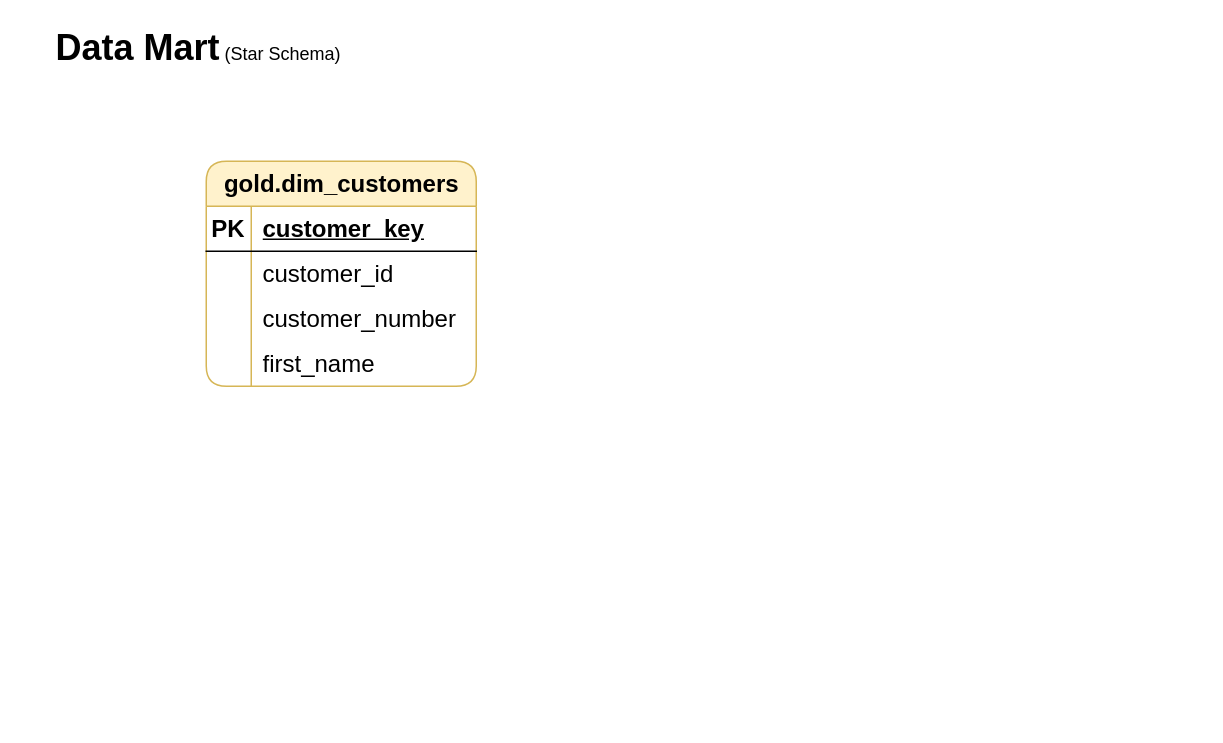
The draw.io diagram docs/data_model.drawio in Bhavya-02022000/DWH_project, before the edit. Source tidied: cells renumbered, new cells numbered last; positions are measured from the earlier drawing's top-left corner, leaving out a move shared by most shapes. Both pictures are drawn from the tidied source at 150%, with x=0, y=0 at pixel (26, 26).
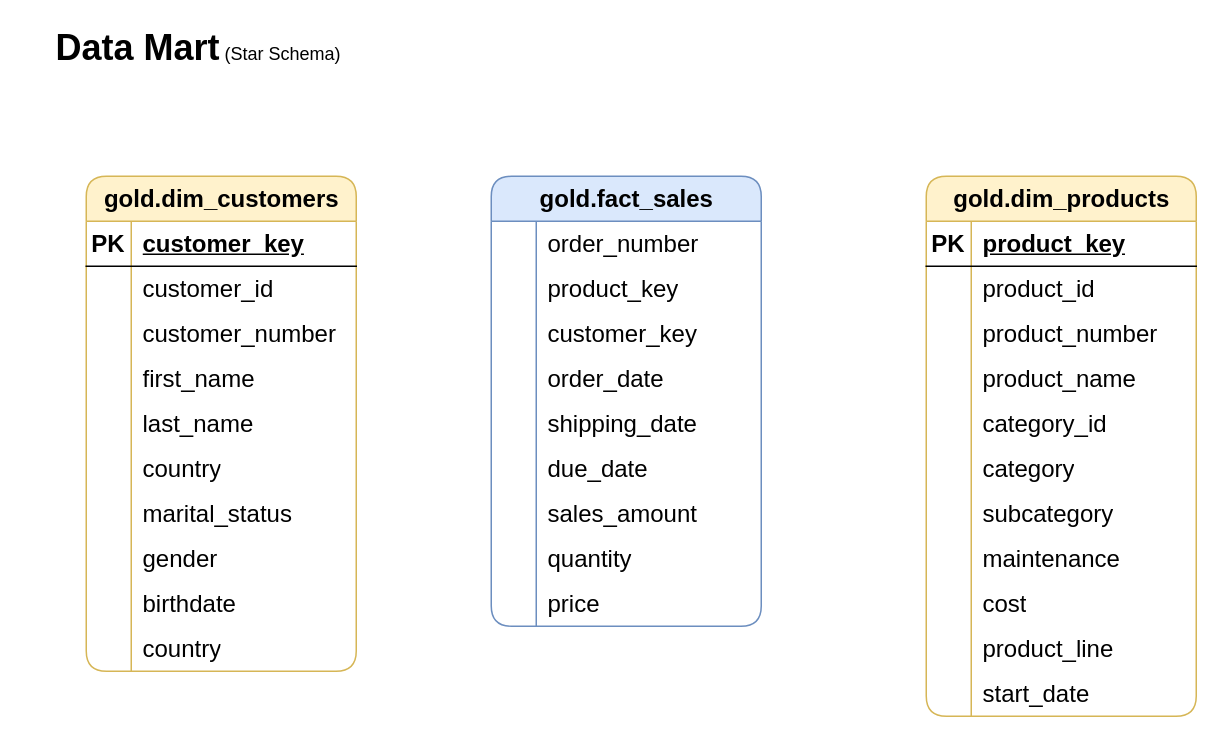
The same diagram, later.

Diff of the diagram source:
```diff
@@
     <mxCell id="3" value="gold.dim_customers" style="shape=table;startSize=30;childLayout=tableLayout;rowLines=0;fontStyle=1;align=center;html=1;rounded=1;fillColor=#fff2cc;strokeColor=#d6b656;fontSize=16;" parent="1" vertex="1">
-      <mxGeometry x="120" y="90" width="180" height="150" as="geometry" />
+      <mxGeometry x="40" y="100" width="180" height="330" as="geometry" />
     </mxCell>
@@
+    <mxCell id="16" style="shape=tableRow;horizontal=0;startSize=0;swimlaneHead=0;swimlaneBody=0;fillColor=none;top=0;left=0;right=0;bottom=0;fontSize=16;" parent="3" vertex="1">
+      <mxGeometry y="150" width="180" height="30" as="geometry" />
+    </mxCell>
+    <mxCell id="17" style="shape=partialRectangle;fillColor=none;top=0;left=0;bottom=0;right=0;overflow=hidden;whiteSpace=wrap;html=1;fontSize=16;" parent="16" vertex="1">
+      <mxGeometry width="30" height="30" as="geometry" />
+    </mxCell>
+    <mxCell id="18" value="last_name&lt;span style=&quot;white-space: pre;&quot;&gt;&#9;&lt;/span&gt;" style="shape=partialRectangle;fillColor=none;top=0;left=0;bottom=0;right=0;align=left;spacingLeft=6;overflow=hidden;whiteSpace=wrap;html=1;fontSize=16;" parent="16" vertex="1">
+      <mxGeometry x="30" width="150" height="30" as="geometry" />
+    </mxCell>
+    <mxCell id="19" style="shape=tableRow;horizontal=0;startSize=0;swimlaneHead=0;swimlaneBody=0;fillColor=none;top=0;left=0;right=0;bottom=0;fontSize=16;" parent="3" vertex="1">
+      <mxGeometry y="180" width="180" height="30" as="geometry" />
+    </mxCell>
+    <mxCell id="20" style="shape=partialRectangle;fillColor=none;top=0;left=0;bottom=0;right=0;overflow=hidden;whiteSpace=wrap;html=1;fontSize=16;" parent="19" vertex="1">
+      <mxGeometry width="30" height="30" as="geometry" />
+    </mxCell>
+    <mxCell id="21" value="country" style="shape=partialRectangle;fillColor=none;top=0;left=0;bottom=0;right=0;align=left;spacingLeft=6;overflow=hidden;whiteSpace=wrap;html=1;fontSize=16;" parent="19" vertex="1">
+      <mxGeometry x="30" width="150" height="30" as="geometry" />
+    </mxCell>
+    <mxCell id="22" style="shape=tableRow;horizontal=0;startSize=0;swimlaneHead=0;swimlaneBody=0;fillColor=none;top=0;left=0;right=0;bottom=0;fontSize=16;" parent="3" vertex="1">
+      <mxGeometry y="210" width="180" height="30" as="geometry" />
+    </mxCell>
+    <mxCell id="23" style="shape=partialRectangle;fillColor=none;top=0;left=0;bottom=0;right=0;overflow=hidden;whiteSpace=wrap;html=1;fontSize=16;" parent="22" vertex="1">
+      <mxGeometry width="30" height="30" as="geometry" />
+    </mxCell>
+    <mxCell id="24" value="marital_status" style="shape=partialRectangle;fillColor=none;top=0;left=0;bottom=0;right=0;align=left;spacingLeft=6;overflow=hidden;whiteSpace=wrap;html=1;fontSize=16;" parent="22" vertex="1">
+      <mxGeometry x="30" width="150" height="30" as="geometry" />
+    </mxCell>
+    <mxCell id="25" style="shape=tableRow;horizontal=0;startSize=0;swimlaneHead=0;swimlaneBody=0;fillColor=none;top=0;left=0;right=0;bottom=0;fontSize=16;" parent="3" vertex="1">
+      <mxGeometry y="240" width="180" height="30" as="geometry" />
+    </mxCell>
+    <mxCell id="26" style="shape=partialRectangle;fillColor=none;top=0;left=0;bottom=0;right=0;overflow=hidden;whiteSpace=wrap;html=1;fontSize=16;" parent="25" vertex="1">
+      <mxGeometry width="30" height="30" as="geometry" />
+    </mxCell>
+    <mxCell id="27" value="gender" style="shape=partialRectangle;fillColor=none;top=0;left=0;bottom=0;right=0;align=left;spacingLeft=6;overflow=hidden;whiteSpace=wrap;html=1;fontSize=16;" parent="25" vertex="1">
+      <mxGeometry x="30" width="150" height="30" as="geometry" />
+    </mxCell>
+    <mxCell id="28" style="shape=tableRow;horizontal=0;startSize=0;swimlaneHead=0;swimlaneBody=0;fillColor=none;top=0;left=0;right=0;bottom=0;fontSize=16;" parent="3" vertex="1">
+      <mxGeometry y="270" width="180" height="30" as="geometry" />
+    </mxCell>
+    <mxCell id="29" style="shape=partialRectangle;fillColor=none;top=0;left=0;bottom=0;right=0;overflow=hidden;whiteSpace=wrap;html=1;fontSize=16;" parent="28" vertex="1">
+      <mxGeometry width="30" height="30" as="geometry" />
+    </mxCell>
+    <mxCell id="30" value="birthdate" style="shape=partialRectangle;fillColor=none;top=0;left=0;bottom=0;right=0;align=left;spacingLeft=6;overflow=hidden;whiteSpace=wrap;html=1;fontSize=16;" parent="28" vertex="1">
+      <mxGeometry x="30" width="150" height="30" as="geometry" />
+    </mxCell>
+    <mxCell id="31" style="shape=tableRow;horizontal=0;startSize=0;swimlaneHead=0;swimlaneBody=0;fillColor=none;top=0;left=0;right=0;bottom=0;fontSize=16;" parent="3" vertex="1">
+      <mxGeometry y="300" width="180" height="30" as="geometry" />
+    </mxCell>
+    <mxCell id="32" style="shape=partialRectangle;fillColor=none;top=0;left=0;bottom=0;right=0;overflow=hidden;whiteSpace=wrap;html=1;fontSize=16;" parent="31" vertex="1">
+      <mxGeometry width="30" height="30" as="geometry" />
+    </mxCell>
+    <mxCell id="33" value="country" style="shape=partialRectangle;fillColor=none;top=0;left=0;bottom=0;right=0;align=left;spacingLeft=6;overflow=hidden;whiteSpace=wrap;html=1;fontSize=16;" parent="31" vertex="1">
+      <mxGeometry x="30" width="150" height="30" as="geometry" />
+    </mxCell>
+    <mxCell id="34" value="gold.dim_products" style="shape=table;startSize=30;childLayout=tableLayout;rowLines=0;fontStyle=1;align=center;html=1;rounded=1;fillColor=#fff2cc;strokeColor=#d6b656;fontSize=16;" parent="1" vertex="1">
+      <mxGeometry x="600" y="100" width="180" height="360" as="geometry" />
+    </mxCell>
+    <mxCell id="35" style="shape=tableRow;horizontal=0;startSize=0;swimlaneHead=0;swimlaneBody=0;fillColor=none;top=0;left=0;right=0;bottom=1;fontSize=16;" parent="34" vertex="1">
+      <mxGeometry y="30" width="180" height="30" as="geometry" />
+    </mxCell>
+    <mxCell id="36" value="PK" style="shape=partialRectangle;fillColor=none;top=0;left=0;bottom=0;right=0;fontStyle=1;overflow=hidden;whiteSpace=wrap;html=1;fontSize=16;" parent="35" vertex="1">
+      <mxGeometry width="30" height="30" as="geometry" />
+    </mxCell>
+    <mxCell id="37" value="product_key" style="shape=partialRectangle;fillColor=none;top=0;left=0;bottom=0;right=0;align=left;spacingLeft=6;fontStyle=5;overflow=hidden;whiteSpace=wrap;html=1;fontSize=16;" parent="35" vertex="1">
+      <mxGeometry x="30" width="150" height="30" as="geometry" />
+    </mxCell>
+    <mxCell id="38" style="shape=tableRow;horizontal=0;startSize=0;swimlaneHead=0;swimlaneBody=0;fillColor=none;top=0;left=0;right=0;bottom=0;fontSize=16;" parent="34" vertex="1">
+      <mxGeometry y="60" width="180" height="30" as="geometry" />
+    </mxCell>
+    <mxCell id="39" style="shape=partialRectangle;fillColor=none;top=0;left=0;bottom=0;right=0;overflow=hidden;whiteSpace=wrap;html=1;fontSize=16;" parent="38" vertex="1">
+      <mxGeometry width="30" height="30" as="geometry" />
+    </mxCell>
+    <mxCell id="40" value="product_id" style="shape=partialRectangle;fillColor=none;top=0;left=0;bottom=0;right=0;align=left;spacingLeft=6;overflow=hidden;whiteSpace=wrap;html=1;fontSize=16;" parent="38" vertex="1">
+      <mxGeometry x="30" width="150" height="30" as="geometry" />
+    </mxCell>
+    <mxCell id="41" style="shape=tableRow;horizontal=0;startSize=0;swimlaneHead=0;swimlaneBody=0;fillColor=none;top=0;left=0;right=0;bottom=0;fontSize=16;" parent="34" vertex="1">
+      <mxGeometry y="90" width="180" height="30" as="geometry" />
+    </mxCell>
+    <mxCell id="42" style="shape=partialRectangle;fillColor=none;top=0;left=0;bottom=0;right=0;overflow=hidden;whiteSpace=wrap;html=1;fontSize=16;" parent="41" vertex="1">
+      <mxGeometry width="30" height="30" as="geometry" />
+    </mxCell>
+    <mxCell id="43" value="product_number" style="shape=partialRectangle;fillColor=none;top=0;left=0;bottom=0;right=0;align=left;spacingLeft=6;overflow=hidden;whiteSpace=wrap;html=1;fontSize=16;" parent="41" vertex="1">
+      <mxGeometry x="30" width="150" height="30" as="geometry" />
+    </mxCell>
+    <mxCell id="44" style="shape=tableRow;horizontal=0;startSize=0;swimlaneHead=0;swimlaneBody=0;fillColor=none;top=0;left=0;right=0;bottom=0;fontSize=16;" parent="34" vertex="1">
+      <mxGeometry y="120" width="180" height="30" as="geometry" />
+    </mxCell>
+    <mxCell id="45" style="shape=partialRectangle;fillColor=none;top=0;left=0;bottom=0;right=0;overflow=hidden;whiteSpace=wrap;html=1;fontSize=16;" parent="44" vertex="1">
+      <mxGeometry width="30" height="30" as="geometry" />
+    </mxCell>
+    <mxCell id="46" value="product_name" style="shape=partialRectangle;fillColor=none;top=0;left=0;bottom=0;right=0;align=left;spacingLeft=6;overflow=hidden;whiteSpace=wrap;html=1;fontSize=16;" parent="44" vertex="1">
+      <mxGeometry x="30" width="150" height="30" as="geometry" />
+    </mxCell>
+    <mxCell id="47" style="shape=tableRow;horizontal=0;startSize=0;swimlaneHead=0;swimlaneBody=0;fillColor=none;top=0;left=0;right=0;bottom=0;fontSize=16;" parent="34" vertex="1">
+      <mxGeometry y="150" width="180" height="30" as="geometry" />
+    </mxCell>
+    <mxCell id="48" style="shape=partialRectangle;fillColor=none;top=0;left=0;bottom=0;right=0;overflow=hidden;whiteSpace=wrap;html=1;fontSize=16;" parent="47" vertex="1">
+      <mxGeometry width="30" height="30" as="geometry" />
+    </mxCell>
+    <mxCell id="49" value="category_id" style="shape=partialRectangle;fillColor=none;top=0;left=0;bottom=0;right=0;align=left;spacingLeft=6;overflow=hidden;whiteSpace=wrap;html=1;fontSize=16;" parent="47" vertex="1">
+      <mxGeometry x="30" width="150" height="30" as="geometry" />
+    </mxCell>
+    <mxCell id="50" style="shape=tableRow;horizontal=0;startSize=0;swimlaneHead=0;swimlaneBody=0;fillColor=none;top=0;left=0;right=0;bottom=0;fontSize=16;" parent="34" vertex="1">
+      <mxGeometry y="180" width="180" height="30" as="geometry" />
+    </mxCell>
+    <mxCell id="51" style="shape=partialRectangle;fillColor=none;top=0;left=0;bottom=0;right=0;overflow=hidden;whiteSpace=wrap;html=1;fontSize=16;" parent="50" vertex="1">
+      <mxGeometry width="30" height="30" as="geometry" />
+    </mxCell>
+    <mxCell id="52" value="category" style="shape=partialRectangle;fillColor=none;top=0;left=0;bottom=0;right=0;align=left;spacingLeft=6;overflow=hidden;whiteSpace=wrap;html=1;fontSize=16;" parent="50" vertex="1">
+      <mxGeometry x="30" width="150" height="30" as="geometry" />
+    </mxCell>
+    <mxCell id="53" style="shape=tableRow;horizontal=0;startSize=0;swimlaneHead=0;swimlaneBody=0;fillColor=none;top=0;left=0;right=0;bottom=0;fontSize=16;" parent="34" vertex="1">
+      <mxGeometry y="210" width="180" height="30" as="geometry" />
+    </mxCell>
+    <mxCell id="54" style="shape=partialRectangle;fillColor=none;top=0;left=0;bottom=0;right=0;overflow=hidden;whiteSpace=wrap;html=1;fontSize=16;" parent="53" vertex="1">
+      <mxGeometry width="30" height="30" as="geometry" />
+    </mxCell>
+    <mxCell id="55" value="subcategory" style="shape=partialRectangle;fillColor=none;top=0;left=0;bottom=0;right=0;align=left;spacingLeft=6;overflow=hidden;whiteSpace=wrap;html=1;fontSize=16;" parent="53" vertex="1">
+      <mxGeometry x="30" width="150" height="30" as="geometry" />
+    </mxCell>
+    <mxCell id="56" style="shape=tableRow;horizontal=0;startSize=0;swimlaneHead=0;swimlaneBody=0;fillColor=none;top=0;left=0;right=0;bottom=0;fontSize=16;" parent="34" vertex="1">
+      <mxGeometry y="240" width="180" height="30" as="geometry" />
+    </mxCell>
+    <mxCell id="57" style="shape=partialRectangle;fillColor=none;top=0;left=0;bottom=0;right=0;overflow=hidden;whiteSpace=wrap;html=1;fontSize=16;" parent="56" vertex="1">
+      <mxGeometry width="30" height="30" as="geometry" />
+    </mxCell>
+    <mxCell id="58" value="maintenance" style="shape=partialRectangle;fillColor=none;top=0;left=0;bottom=0;right=0;align=left;spacingLeft=6;overflow=hidden;whiteSpace=wrap;html=1;fontSize=16;" parent="56" vertex="1">
+      <mxGeometry x="30" width="150" height="30" as="geometry" />
+    </mxCell>
+    <mxCell id="59" style="shape=tableRow;horizontal=0;startSize=0;swimlaneHead=0;swimlaneBody=0;fillColor=none;top=0;left=0;right=0;bottom=0;fontSize=16;" parent="34" vertex="1">
+      <mxGeometry y="270" width="180" height="30" as="geometry" />
+    </mxCell>
+    <mxCell id="60" style="shape=partialRectangle;fillColor=none;top=0;left=0;bottom=0;right=0;overflow=hidden;whiteSpace=wrap;html=1;fontSize=16;" parent="59" vertex="1">
+      <mxGeometry width="30" height="30" as="geometry" />
+    </mxCell>
+    <mxCell id="61" value="cost" style="shape=partialRectangle;fillColor=none;top=0;left=0;bottom=0;right=0;align=left;spacingLeft=6;overflow=hidden;whiteSpace=wrap;html=1;fontSize=16;" parent="59" vertex="1">
+      <mxGeometry x="30" width="150" height="30" as="geometry" />
+    </mxCell>
+    <mxCell id="62" style="shape=tableRow;horizontal=0;startSize=0;swimlaneHead=0;swimlaneBody=0;fillColor=none;top=0;left=0;right=0;bottom=0;fontSize=16;" parent="34" vertex="1">
+      <mxGeometry y="300" width="180" height="30" as="geometry" />
+    </mxCell>
+    <mxCell id="63" style="shape=partialRectangle;fillColor=none;top=0;left=0;bottom=0;right=0;overflow=hidden;whiteSpace=wrap;html=1;fontSize=16;" parent="62" vertex="1">
+      <mxGeometry width="30" height="30" as="geometry" />
+    </mxCell>
+    <mxCell id="64" value="product_line" style="shape=partialRectangle;fillColor=none;top=0;left=0;bottom=0;right=0;align=left;spacingLeft=6;overflow=hidden;whiteSpace=wrap;html=1;fontSize=16;" parent="62" vertex="1">
+      <mxGeometry x="30" width="150" height="30" as="geometry" />
+    </mxCell>
+    <mxCell id="65" style="shape=tableRow;horizontal=0;startSize=0;swimlaneHead=0;swimlaneBody=0;fillColor=none;top=0;left=0;right=0;bottom=0;fontSize=16;" parent="34" vertex="1">
+      <mxGeometry y="330" width="180" height="30" as="geometry" />
+    </mxCell>
+    <mxCell id="66" style="shape=partialRectangle;fillColor=none;top=0;left=0;bottom=0;right=0;overflow=hidden;whiteSpace=wrap;html=1;fontSize=16;" parent="65" vertex="1">
+      <mxGeometry width="30" height="30" as="geometry" />
+    </mxCell>
+    <mxCell id="67" value="start_date" style="shape=partialRectangle;fillColor=none;top=0;left=0;bottom=0;right=0;align=left;spacingLeft=6;overflow=hidden;whiteSpace=wrap;html=1;fontSize=16;" parent="65" vertex="1">
+      <mxGeometry x="30" width="150" height="30" as="geometry" />
+    </mxCell>
+    <mxCell id="68" value="gold.fact_sales" style="shape=table;startSize=30;childLayout=tableLayout;rowLines=0;fontStyle=1;align=center;html=1;rounded=1;fillColor=#dae8fc;strokeColor=#6c8ebf;fontSize=16;" parent="1" vertex="1">
+      <mxGeometry x="310" y="100" width="180" height="300" as="geometry" />
+    </mxCell>
+    <mxCell id="69" style="shape=tableRow;horizontal=0;startSize=0;swimlaneHead=0;swimlaneBody=0;fillColor=none;top=0;left=0;right=0;bottom=0;fontSize=16;" parent="68" vertex="1">
+      <mxGeometry y="30" width="180" height="30" as="geometry" />
+    </mxCell>
+    <mxCell id="70" style="shape=partialRectangle;fillColor=none;top=0;left=0;bottom=0;right=0;overflow=hidden;whiteSpace=wrap;html=1;fontSize=16;" parent="69" vertex="1">
+      <mxGeometry width="30" height="30" as="geometry" />
+    </mxCell>
+    <mxCell id="71" value="order_number" style="shape=partialRectangle;fillColor=none;top=0;left=0;bottom=0;right=0;align=left;spacingLeft=6;overflow=hidden;whiteSpace=wrap;html=1;fontSize=16;" parent="69" vertex="1">
+      <mxGeometry x="30" width="150" height="30" as="geometry" />
+    </mxCell>
+    <mxCell id="72" style="shape=tableRow;horizontal=0;startSize=0;swimlaneHead=0;swimlaneBody=0;fillColor=none;top=0;left=0;right=0;bottom=0;fontSize=16;" parent="68" vertex="1">
+      <mxGeometry y="60" width="180" height="30" as="geometry" />
+    </mxCell>
+    <mxCell id="73" style="shape=partialRectangle;fillColor=none;top=0;left=0;bottom=0;right=0;overflow=hidden;whiteSpace=wrap;html=1;fontSize=16;" parent="72" vertex="1">
+      <mxGeometry width="30" height="30" as="geometry" />
+    </mxCell>
+    <mxCell id="74" value="product_key" style="shape=partialRectangle;fillColor=none;top=0;left=0;bottom=0;right=0;align=left;spacingLeft=6;overflow=hidden;whiteSpace=wrap;html=1;fontSize=16;" parent="72" vertex="1">
+      <mxGeometry x="30" width="150" height="30" as="geometry" />
+    </mxCell>
+    <mxCell id="75" style="shape=tableRow;horizontal=0;startSize=0;swimlaneHead=0;swimlaneBody=0;fillColor=none;top=0;left=0;right=0;bottom=0;fontSize=16;" parent="68" vertex="1">
+      <mxGeometry y="90" width="180" height="30" as="geometry" />
+    </mxCell>
+    <mxCell id="76" style="shape=partialRectangle;fillColor=none;top=0;left=0;bottom=0;right=0;overflow=hidden;whiteSpace=wrap;html=1;fontSize=16;" parent="75" vertex="1">
+      <mxGeometry width="30" height="30" as="geometry" />
+    </mxCell>
+    <mxCell id="77" value="customer_key" style="shape=partialRectangle;fillColor=none;top=0;left=0;bottom=0;right=0;align=left;spacingLeft=6;overflow=hidden;whiteSpace=wrap;html=1;fontSize=16;" parent="75" vertex="1">
+      <mxGeometry x="30" width="150" height="30" as="geometry" />
+    </mxCell>
+    <mxCell id="78" style="shape=tableRow;horizontal=0;startSize=0;swimlaneHead=0;swimlaneBody=0;fillColor=none;top=0;left=0;right=0;bottom=0;fontSize=16;" parent="68" vertex="1">
+      <mxGeometry y="120" width="180" height="30" as="geometry" />
+    </mxCell>
+    <mxCell id="79" style="shape=partialRectangle;fillColor=none;top=0;left=0;bottom=0;right=0;overflow=hidden;whiteSpace=wrap;html=1;fontSize=16;" parent="78" vertex="1">
+      <mxGeometry width="30" height="30" as="geometry" />
+    </mxCell>
+    <mxCell id="80" value="order_date" style="shape=partialRectangle;fillColor=none;top=0;left=0;bottom=0;right=0;align=left;spacingLeft=6;overflow=hidden;whiteSpace=wrap;html=1;fontSize=16;" parent="78" vertex="1">
+      <mxGeometry x="30" width="150" height="30" as="geometry" />
+    </mxCell>
+    <mxCell id="81" style="shape=tableRow;horizontal=0;startSize=0;swimlaneHead=0;swimlaneBody=0;fillColor=none;top=0;left=0;right=0;bottom=0;fontSize=16;" parent="68" vertex="1">
+      <mxGeometry y="150" width="180" height="30" as="geometry" />
+    </mxCell>
+    <mxCell id="82" style="shape=partialRectangle;fillColor=none;top=0;left=0;bottom=0;right=0;overflow=hidden;whiteSpace=wrap;html=1;fontSize=16;" parent="81" vertex="1">
+      <mxGeometry width="30" height="30" as="geometry" />
+    </mxCell>
+    <mxCell id="83" value="shipping_date" style="shape=partialRectangle;fillColor=none;top=0;left=0;bottom=0;right=0;align=left;spacingLeft=6;overflow=hidden;whiteSpace=wrap;html=1;fontSize=16;" parent="81" vertex="1">
+      <mxGeometry x="30" width="150" height="30" as="geometry" />
+    </mxCell>
+    <mxCell id="84" style="shape=tableRow;horizontal=0;startSize=0;swimlaneHead=0;swimlaneBody=0;fillColor=none;top=0;left=0;right=0;bottom=0;fontSize=16;" parent="68" vertex="1">
+      <mxGeometry y="180" width="180" height="30" as="geometry" />
+    </mxCell>
+    <mxCell id="85" style="shape=partialRectangle;fillColor=none;top=0;left=0;bottom=0;right=0;overflow=hidden;whiteSpace=wrap;html=1;fontSize=16;" parent="84" vertex="1">
+      <mxGeometry width="30" height="30" as="geometry" />
+    </mxCell>
+    <mxCell id="86" value="due_date" style="shape=partialRectangle;fillColor=none;top=0;left=0;bottom=0;right=0;align=left;spacingLeft=6;overflow=hidden;whiteSpace=wrap;html=1;fontSize=16;" parent="84" vertex="1">
+      <mxGeometry x="30" width="150" height="30" as="geometry" />
+    </mxCell>
+    <mxCell id="87" style="shape=tableRow;horizontal=0;startSize=0;swimlaneHead=0;swimlaneBody=0;fillColor=none;top=0;left=0;right=0;bottom=0;fontSize=16;" parent="68" vertex="1">
+      <mxGeometry y="210" width="180" height="30" as="geometry" />
+    </mxCell>
+    <mxCell id="88" style="shape=partialRectangle;fillColor=none;top=0;left=0;bottom=0;right=0;overflow=hidden;whiteSpace=wrap;html=1;fontSize=16;" parent="87" vertex="1">
+      <mxGeometry width="30" height="30" as="geometry" />
+    </mxCell>
+    <mxCell id="89" value="sales_amount" style="shape=partialRectangle;fillColor=none;top=0;left=0;bottom=0;right=0;align=left;spacingLeft=6;overflow=hidden;whiteSpace=wrap;html=1;fontSize=16;" parent="87" vertex="1">
+      <mxGeometry x="30" width="150" height="30" as="geometry" />
+    </mxCell>
+    <mxCell id="90" style="shape=tableRow;horizontal=0;startSize=0;swimlaneHead=0;swimlaneBody=0;fillColor=none;top=0;left=0;right=0;bottom=0;fontSize=16;" parent="68" vertex="1">
+      <mxGeometry y="240" width="180" height="30" as="geometry" />
+    </mxCell>
+    <mxCell id="91" style="shape=partialRectangle;fillColor=none;top=0;left=0;bottom=0;right=0;overflow=hidden;whiteSpace=wrap;html=1;fontSize=16;" parent="90" vertex="1">
+      <mxGeometry width="30" height="30" as="geometry" />
+    </mxCell>
+    <mxCell id="92" value="quantity" style="shape=partialRectangle;fillColor=none;top=0;left=0;bottom=0;right=0;align=left;spacingLeft=6;overflow=hidden;whiteSpace=wrap;html=1;fontSize=16;" parent="90" vertex="1">
+      <mxGeometry x="30" width="150" height="30" as="geometry" />
+    </mxCell>
+    <mxCell id="93" style="shape=tableRow;horizontal=0;startSize=0;swimlaneHead=0;swimlaneBody=0;fillColor=none;top=0;left=0;right=0;bottom=0;fontSize=16;" parent="68" vertex="1">
+      <mxGeometry y="270" width="180" height="30" as="geometry" />
+    </mxCell>
+    <mxCell id="94" style="shape=partialRectangle;fillColor=none;top=0;left=0;bottom=0;right=0;overflow=hidden;whiteSpace=wrap;html=1;fontSize=16;" parent="93" vertex="1">
+      <mxGeometry width="30" height="30" as="geometry" />
+    </mxCell>
+    <mxCell id="95" value="price" style="shape=partialRectangle;fillColor=none;top=0;left=0;bottom=0;right=0;align=left;spacingLeft=6;overflow=hidden;whiteSpace=wrap;html=1;fontSize=16;" parent="93" vertex="1">
+      <mxGeometry x="30" width="150" height="30" as="geometry" />
+    </mxCell>
```
